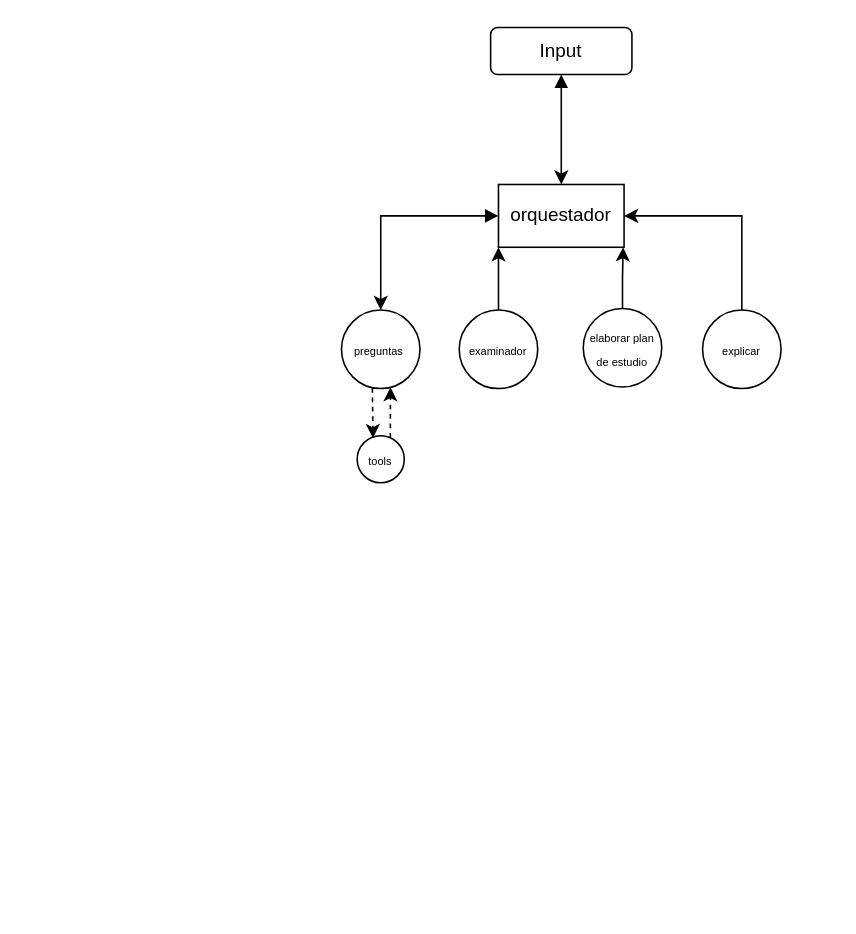
Above: context/arquitectura multiagente.drawio in josemgoji/custom_agent (draw.io), before the change. Source tidied: cells renumbered, new cells numbered last; positions are measured from the earlier drawing's top-left corner, leaving out a move shared by most shapes. Both pictures are drawn from the tidied source at 157%, with x=0, y=0 at pixel (341, 27).
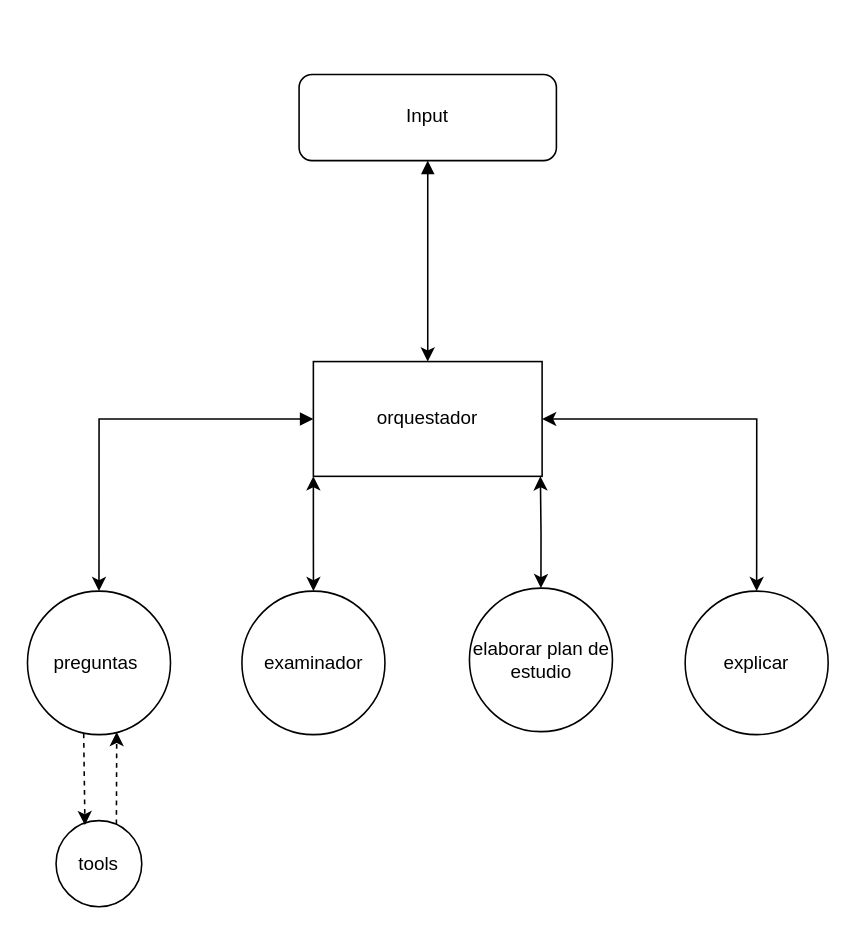
The same page after the edit.

Commit message:
se agrandó el diagrama

Diff of the diagram source:
```diff
@@
 <mxGraphModel>
   <root>
     <mxCell id="0" />
     <mxCell id="1" parent="0" />
+    <mxCell id="16" style="group;" parent="1" vertex="1">
+      <mxGeometry x="-200" y="30" width="510" height="530" as="geometry" />
+    </mxCell>
-    <mxCell id="2" style="edgeStyle=orthogonalEdgeStyle;rounded=0;jettySize=auto;html=1;exitX=0.5;exitY=1;exitDx=0;exitDy=0;entryX=0.5;entryY=0;entryDx=0;entryDy=0;startArrow=block;startFill=1;" parent="1" edge="1" source="3" target="11">
+    <mxCell id="2" style="edgeStyle=orthogonalEdgeStyle;rounded=0;jettySize=auto;html=1;exitX=0.5;exitY=1;exitDx=0;exitDy=0;entryX=0.5;entryY=0;entryDx=0;entryDy=0;startArrow=block;startFill=1;" parent="16" edge="1" source="3" target="11">
       <mxGeometry relative="1" as="geometry" />
     </mxCell>
-    <mxCell id="3" value="Input" style="rounded=1;whiteSpace=wrap;html=1;" parent="1" vertex="1">
-      <mxGeometry x="95" width="90" height="30" as="geometry" />
+    <mxCell id="3" value="Input" style="rounded=1;whiteSpace=wrap;html=1;" parent="16" vertex="1">
+      <mxGeometry x="173" width="163.9" height="54.8" as="geometry" />
     </mxCell>
-    <mxCell id="4" value="&lt;font style=&quot;font-size: 7px;&quot;&gt;preguntas&amp;nbsp;&lt;/font&gt;" style="ellipse;whiteSpace=wrap;html=1;" parent="1" vertex="1">
-      <mxGeometry y="180" width="50" height="50" as="geometry" />
+    <mxCell id="4" value="&lt;font&gt;preguntas&amp;nbsp;&lt;/font&gt;" style="ellipse;whiteSpace=wrap;html=1;" parent="16" vertex="1">
+      <mxGeometry y="329" width="91.1" height="91.4" as="geometry" />
     </mxCell>
-    <mxCell id="5" style="edgeStyle=orthogonalEdgeStyle;rounded=0;jettySize=auto;html=1;exitX=0.5;exitY=0;exitDx=0;exitDy=0;entryX=0;entryY=1;entryDx=0;entryDy=0;" parent="1" edge="1" source="6">
+    <mxCell id="5" style="edgeStyle=orthogonalEdgeStyle;rounded=0;jettySize=auto;html=1;exitX=0.5;exitY=0;exitDx=0;exitDy=0;entryX=0;entryY=1;entryDx=0;entryDy=0;startArrow=classic;startFill=1;" parent="16" edge="1" source="6">
       <mxGeometry relative="1" as="geometry">
-        <mxPoint x="100" y="140" as="targetPoint" />
+        <mxPoint x="182.1" y="255.9" as="targetPoint" />
       </mxGeometry>
     </mxCell>
-    <mxCell id="6" value="&lt;font style=&quot;font-size: 7px;&quot;&gt;examinador&lt;/font&gt;" style="ellipse;whiteSpace=wrap;html=1;" parent="1" vertex="1">
-      <mxGeometry x="75" y="180" width="50" height="50" as="geometry" />
+    <mxCell id="6" value="&lt;font&gt;examinador&lt;/font&gt;" style="ellipse;whiteSpace=wrap;html=1;" parent="16" vertex="1">
+      <mxGeometry x="136.6" y="329" width="91.1" height="91.4" as="geometry" />
     </mxCell>
-    <mxCell id="7" value="&lt;font style=&quot;font-size: 7px;&quot;&gt;tools&lt;/font&gt;" style="ellipse;whiteSpace=wrap;html=1;" parent="1" vertex="1">
-      <mxGeometry x="10" y="260" width="30" height="30" as="geometry" />
+    <mxCell id="7" value="&lt;font&gt;tools&lt;/font&gt;" style="ellipse;whiteSpace=wrap;html=1;" parent="16" vertex="1">
+      <mxGeometry x="18.2" y="475.2" width="54.6" height="54.8" as="geometry" />
     </mxCell>
-    <mxCell id="8" style="endArrow=classic;html=1;rounded=0;exitX=0.393;exitY=0.993;exitDx=0;exitDy=0;exitPerimeter=0;dashed=1;entryX=0.337;entryY=0.052;entryDx=0;entryDy=0;entryPerimeter=0;" parent="1" edge="1" source="4" target="7">
+    <mxCell id="8" style="endArrow=classic;html=1;rounded=0;exitX=0.393;exitY=0.993;exitDx=0;exitDy=0;exitPerimeter=0;dashed=1;entryX=0.337;entryY=0.052;entryDx=0;entryDy=0;entryPerimeter=0;" parent="16" edge="1" source="4" target="7">
       <mxGeometry relative="1" as="geometry" />
     </mxCell>
-    <mxCell id="9" style="endArrow=classic;html=1;rounded=0;exitX=0.704;exitY=0.041;exitDx=0;exitDy=0;exitPerimeter=0;entryX=0.624;entryY=0.982;entryDx=0;entryDy=0;entryPerimeter=0;dashed=1;" parent="1" edge="1" source="7" target="4">
+    <mxCell id="9" style="endArrow=classic;html=1;rounded=0;exitX=0.704;exitY=0.041;exitDx=0;exitDy=0;exitPerimeter=0;entryX=0.624;entryY=0.982;entryDx=0;entryDy=0;entryPerimeter=0;dashed=1;" parent="16" edge="1" source="7" target="4">
       <mxGeometry relative="1" as="geometry" />
     </mxCell>
-    <mxCell id="10" style="edgeStyle=orthogonalEdgeStyle;rounded=0;jettySize=auto;html=1;exitX=0;exitY=0.5;exitDx=0;exitDy=0;startArrow=block;startFill=1;" parent="1" edge="1" source="11" target="4">
+    <mxCell id="10" style="edgeStyle=orthogonalEdgeStyle;rounded=0;jettySize=auto;html=1;exitX=0;exitY=0.5;exitDx=0;exitDy=0;startArrow=block;startFill=1;" parent="16" edge="1" source="11" target="4">
       <mxGeometry relative="1" as="geometry" />
     </mxCell>
-    <mxCell id="11" value="orquestador" style="rounded=0;whiteSpace=wrap;html=1;" parent="1" vertex="1">
-      <mxGeometry x="100" y="100" width="80" height="40" as="geometry" />
+    <mxCell id="11" value="orquestador" style="rounded=0;whiteSpace=wrap;html=1;" parent="16" vertex="1">
+      <mxGeometry x="182.1" y="182.8" width="145.7" height="73.1" as="geometry" />
     </mxCell>
-    <mxCell id="12" value="&lt;font style=&quot;font-size: 7px;&quot;&gt;elaborar plan de estudio&lt;/font&gt;" style="ellipse;whiteSpace=wrap;html=1;" parent="1" vertex="1">
-      <mxGeometry x="154" y="179" width="50" height="50" as="geometry" />
+    <mxCell id="12" value="&lt;font&gt;elaborar plan de estudio&lt;/font&gt;" style="ellipse;whiteSpace=wrap;html=1;" parent="16" vertex="1">
+      <mxGeometry x="281.5" y="327.1" width="91.1" height="91.4" as="geometry" />
     </mxCell>
-    <mxCell id="13" style="edgeStyle=orthogonalEdgeStyle;rounded=0;jettySize=auto;html=1;exitX=0.5;exitY=0;exitDx=0;exitDy=0;entryX=1;entryY=0.5;entryDx=0;entryDy=0;" parent="1" edge="1" source="14" target="11">
+    <mxCell id="13" style="edgeStyle=orthogonalEdgeStyle;rounded=0;jettySize=auto;html=1;exitX=0.5;exitY=0;exitDx=0;exitDy=0;entryX=1;entryY=0.5;entryDx=0;entryDy=0;startArrow=classic;startFill=1;" parent="16" edge="1" source="14" target="11">
       <mxGeometry relative="1" as="geometry" />
     </mxCell>
-    <mxCell id="14" value="&lt;font style=&quot;font-size: 7px;&quot;&gt;explicar&lt;/font&gt;" style="ellipse;whiteSpace=wrap;html=1;" parent="1" vertex="1">
-      <mxGeometry x="230" y="180" width="50" height="50" as="geometry" />
+    <mxCell id="14" value="&lt;font&gt;explicar&lt;/font&gt;" style="ellipse;whiteSpace=wrap;html=1;" parent="16" vertex="1">
+      <mxGeometry x="418.9" y="329" width="91.1" height="91.4" as="geometry" />
     </mxCell>
-    <mxCell id="15" style="edgeStyle=orthogonalEdgeStyle;rounded=0;jettySize=auto;html=1;entryX=0.942;entryY=1.025;entryDx=0;entryDy=0;entryPerimeter=0;" parent="1" edge="1" source="12">
+    <mxCell id="15" style="edgeStyle=orthogonalEdgeStyle;rounded=0;jettySize=auto;html=1;entryX=0.942;entryY=1.025;entryDx=0;entryDy=0;entryPerimeter=0;startArrow=classic;startFill=1;" parent="16" edge="1" source="12">
       <mxGeometry relative="1" as="geometry">
-        <mxPoint x="179.4" y="140" as="targetPoint" />
+        <mxPoint x="326.7" y="255.9" as="targetPoint" />
       </mxGeometry>
     </mxCell>
   </root>
 </mxGraphModel>
```
